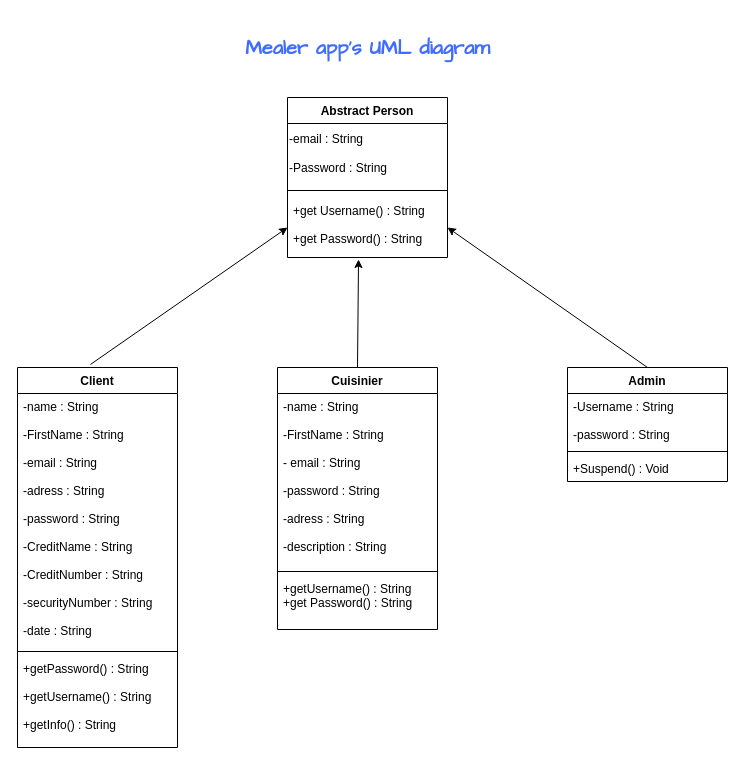
This is UML/Untitled Diagram.drawio from PopoLeKok0/Projet, a draw.io file, before an edit. Source tidied: cells renumbered, new cells numbered last; positions are measured from the earlier drawing's top-left corner, leaving out a move shared by most shapes. Both pictures are drawn from the tidied source at 100%, with x=0, y=0 at pixel (17, 17).
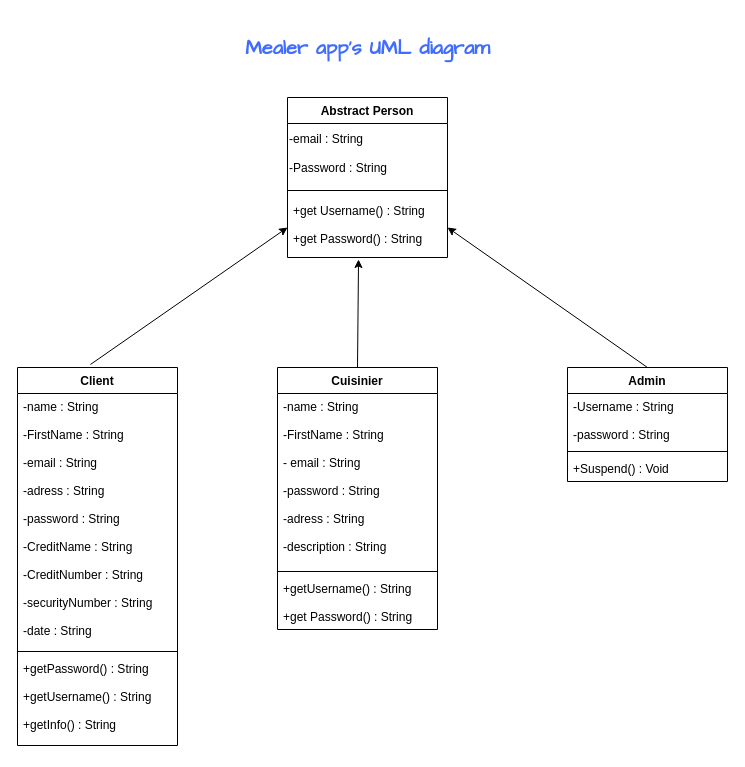
Above is the later version.

Unchanged cells that the change refers to:
```xml
<mxCell id="10" value="Cuisinier" style="swimlane;fontStyle=1;align=center;verticalAlign=top;horizontal=1;startSize=26;" parent="1" vertex="1">
  <mxGeometry x="260" y="350" width="160" height="262" as="geometry" />
</mxCell>
```

Diff of the diagram source:
```diff
@@
     <mxCell id="6" value="Client" style="swimlane;fontStyle=1;align=center;verticalAlign=top;horizontal=1;startSize=26;" parent="1" vertex="1">
-      <mxGeometry y="350" width="160" height="380" as="geometry" />
+      <mxGeometry y="350" width="160" height="378" as="geometry" />
     </mxCell>
@@
     <mxCell id="9" value="+getPassword() : String&#10;&#10;+getUsername() : String&#10;&#10;+getInfo() : String" style="text;strokeColor=none;fillColor=none;align=left;verticalAlign=top;spacingLeft=4;spacingRight=4;overflow=hidden;" parent="6" vertex="1">
-      <mxGeometry y="288" width="160" height="92" as="geometry" />
+      <mxGeometry y="288" width="160" height="90" as="geometry" />
     </mxCell>
@@
-    <mxCell id="13" value="+getUsername() : String&#10;+get Password() : String" style="text;strokeColor=none;fillColor=none;align=left;verticalAlign=top;spacingLeft=4;spacingRight=4;overflow=hidden;" parent="10" vertex="1">
+    <mxCell id="13" value="+getUsername() : String&#10;&#10;+get Password() : String" style="text;strokeColor=none;fillColor=none;align=left;verticalAlign=top;spacingLeft=4;spacingRight=4;overflow=hidden;" parent="10" vertex="1">
       <mxGeometry y="208" width="160" height="54" as="geometry" />
     </mxCell>
```
